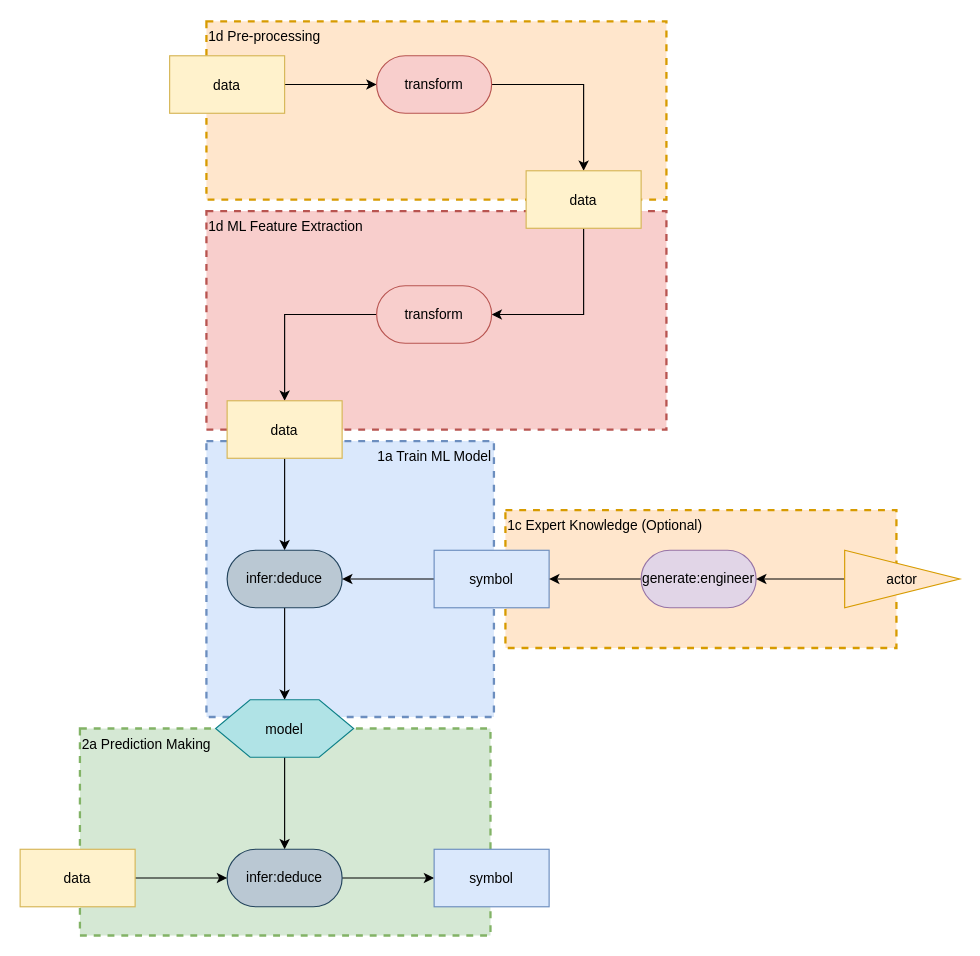
Earlier version of the draw.io diagram medical patterns to boxologies/ML Pre-processes input data for Rule-Based inference (MLRB)/MLRB.drawio (zonnesmit/thesis). Source tidied: cells renumbered, new cells numbered last; positions are measured from the earlier drawing's top-left corner, leaving out a move shared by most shapes. Both pictures are drawn from the tidied source at 115%, with x=0, y=0 at pixel (20, 21).
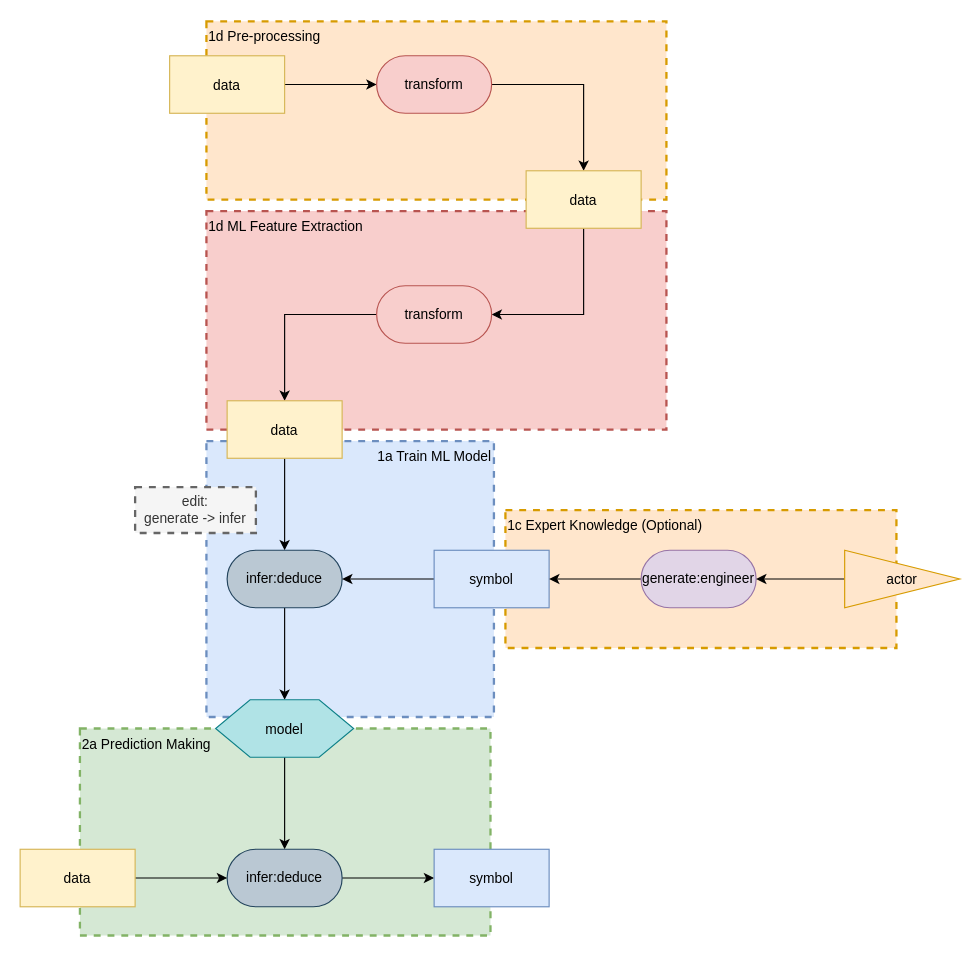
The same diagram, later.

The edit, as a diff of the source:
```diff
@@
+    <mxCell id="32" value="&lt;div&gt;edit:&lt;/div&gt;&lt;div&gt;generate -&amp;gt; infer&lt;/div&gt;" style="text;html=1;align=center;verticalAlign=middle;whiteSpace=wrap;rounded=0;dashed=1;fillColor=#f5f5f5;fontColor=#333333;strokeColor=#666666;strokeWidth=2;" parent="1" vertex="1">
+      <mxGeometry x="100" y="405" width="105" height="40" as="geometry" />
+    </mxCell>
```
